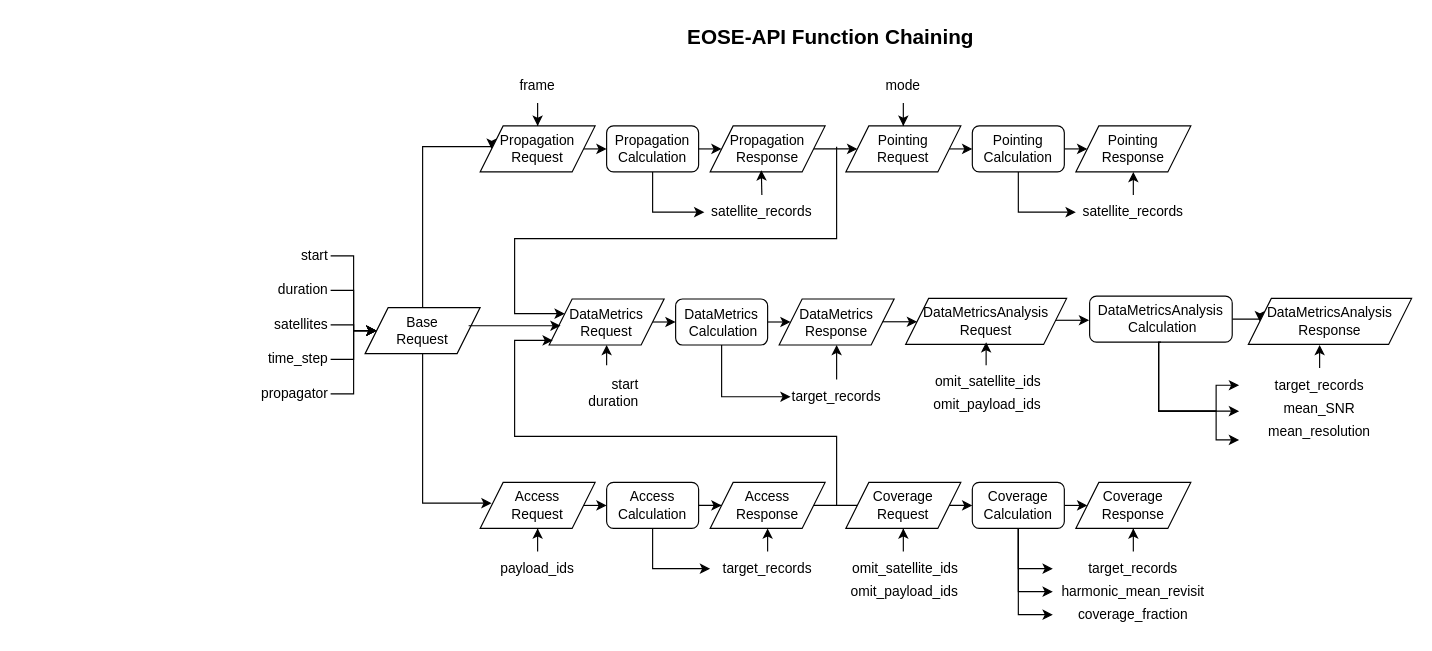
eose-tools-org/eose-api keeps this draw.io diagram as docs/eose-api.drawio. Above is the earlier version. Source tidied: cells renumbered, new cells numbered last; positions are measured from the earlier drawing's top-left corner, leaving out a move shared by most shapes. Both pictures are drawn from the tidied source at 115%, with x=0, y=0 at pixel (238, 20).
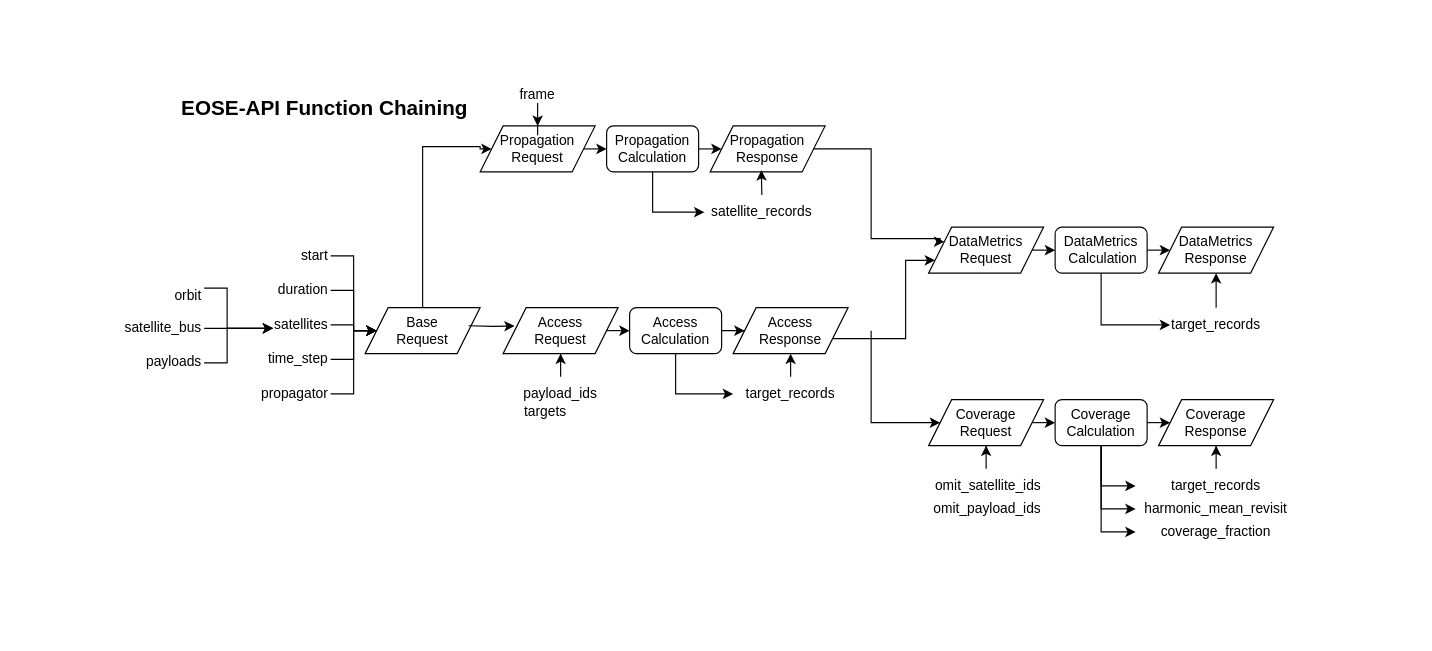
Above is the later version.

Commit message (it also covers changes not shown here):
Update eose-api drawio file, pdf

The change refers to these unchanged cells:
```xml
<mxCell id="32" value="Base&lt;br&gt;Request" style="shape=parallelogram;perimeter=parallelogramPerimeter;whiteSpace=wrap;html=1;fixedSize=1;" parent="1" vertex="1">
  <mxGeometry x="110" y="250" width="100" height="40" as="geometry" />
</mxCell>
<mxCell id="34" value="Propagation&lt;br&gt;Request" style="shape=parallelogram;perimeter=parallelogramPerimeter;whiteSpace=wrap;html=1;fixedSize=1;" parent="1" vertex="1">
  <mxGeometry x="210" y="92" width="100" height="40" as="geometry" />
</mxCell>
<mxCell id="36" value="Propagation&lt;br&gt;Response" style="shape=parallelogram;perimeter=parallelogramPerimeter;whiteSpace=wrap;html=1;fixedSize=1;" parent="1" vertex="1">
  <mxGeometry x="410" y="92" width="100" height="40" as="geometry" />
</mxCell>
```

Diff of the diagram source:
```diff
@@
-    <mxCell id="4" style="edgeStyle=orthogonalEdgeStyle;rounded=0;jettySize=auto;html=1;exitX=1;exitY=0.5;exitDx=0;exitDy=0;entryX=0;entryY=0.5;entryDx=0;entryDy=0;" parent="1" edge="1" source="5" target="40">
-      <mxGeometry relative="1" as="geometry" />
-    </mxCell>
-    <mxCell id="5" value="Pointing Calculation" style="rounded=1;whiteSpace=wrap;html=1;" parent="1" vertex="1">
-      <mxGeometry x="638" y="92" width="80" height="40" as="geometry" />
-    </mxCell>
@@
     <mxCell id="8" value="Access Calculation" style="rounded=1;whiteSpace=wrap;html=1;" parent="1" vertex="1">
-      <mxGeometry x="320" y="402" width="80" height="40" as="geometry" />
+      <mxGeometry x="340" y="250" width="80" height="40" as="geometry" />
     </mxCell>
@@
     <mxCell id="10" value="Coverage Calculation" style="rounded=1;whiteSpace=wrap;html=1;" parent="1" vertex="1">
-      <mxGeometry x="638" y="402" width="80" height="40" as="geometry" />
+      <mxGeometry x="710" y="330" width="80" height="40" as="geometry" />
     </mxCell>
@@
-    <mxCell id="23" style="edgeStyle=orthogonalEdgeStyle;rounded=0;jettySize=auto;html=1;entryX=0.5;entryY=0;entryDx=0;entryDy=0;" parent="1" edge="1" source="24" target="38">
-      <mxGeometry relative="1" as="geometry" />
-    </mxCell>
-    <mxCell id="24" value="mode" style="text;html=1;align=center;verticalAlign=middle;whiteSpace=wrap;rounded=0;" parent="1" vertex="1">
-      <mxGeometry x="548" y="42" width="60" height="30" as="geometry" />
-    </mxCell>
@@
     <mxCell id="26" value="target_records" style="text;html=1;align=center;verticalAlign=middle;whiteSpace=wrap;rounded=0;" parent="1" vertex="1">
-      <mxGeometry x="410" y="462" width="100" height="30" as="geometry" />
+      <mxGeometry x="430" y="310" width="100" height="30" as="geometry" />
     </mxCell>
-    <mxCell id="27" style="endArrow=classic;html=1;rounded=0;exitX=1;exitY=0.5;exitDx=0;exitDy=0;entryX=0;entryY=0.5;entryDx=0;entryDy=0;" parent="1" edge="1" source="48" target="10">
-      <mxGeometry relative="1" as="geometry" />
+    <mxCell id="27" style="endArrow=classic;html=1;rounded=0;entryX=0;entryY=0.5;entryDx=0;entryDy=0;" parent="1" edge="1" target="49">
+      <mxGeometry relative="1" as="geometry">
+        <mxPoint x="550" y="270" as="sourcePoint" />
+        <Array as="points">
+          <mxPoint x="550" y="350" />
+        </Array>
+      </mxGeometry>
     </mxCell>
@@
     <mxCell id="29" value="payload_ids" style="text;html=1;align=center;verticalAlign=middle;whiteSpace=wrap;rounded=0;" parent="1" vertex="1">
-      <mxGeometry x="220" y="462" width="80" height="30" as="geometry" />
+      <mxGeometry x="240" y="310" width="80" height="30" as="geometry" />
     </mxCell>
     <mxCell id="30" style="edgeStyle=orthogonalEdgeStyle;rounded=0;jettySize=auto;html=1;exitX=0.5;exitY=0;exitDx=0;exitDy=0;entryX=0;entryY=0.5;entryDx=0;entryDy=0;" parent="1" edge="1" source="32" target="34">
       <mxGeometry relative="1" as="geometry">
         <Array as="points">
           <mxPoint x="160" y="110" />
-          <mxPoint x="220" y="110" />
+          <mxPoint x="210" y="110" />
+          <mxPoint x="210" y="112" />
         </Array>
       </mxGeometry>
     </mxCell>
-    <mxCell id="31" style="edgeStyle=orthogonalEdgeStyle;rounded=0;jettySize=auto;html=1;exitX=0.5;exitY=1;exitDx=0;exitDy=0;" parent="1" edge="1" source="32">
-      <mxGeometry relative="1" as="geometry">
-        <mxPoint x="220" y="420" as="targetPoint" />
-        <Array as="points">
-          <mxPoint x="160" y="420" />
-          <mxPoint x="220" y="420" />
-        </Array>
-      </mxGeometry>
-    </mxCell>
@@
-    <mxCell id="35" style="edgeStyle=orthogonalEdgeStyle;rounded=0;jettySize=auto;html=1;exitX=1;exitY=0.5;exitDx=0;exitDy=0;entryX=0;entryY=0.5;entryDx=0;entryDy=0;" parent="1" edge="1" source="36" target="38">
-      <mxGeometry relative="1" as="geometry" />
-    </mxCell>
@@
-    <mxCell id="37" style="edgeStyle=orthogonalEdgeStyle;rounded=0;jettySize=auto;html=1;exitX=1;exitY=0.5;exitDx=0;exitDy=0;entryX=0;entryY=0.5;entryDx=0;entryDy=0;" parent="1" edge="1" source="38" target="5">
-      <mxGeometry relative="1" as="geometry" />
-    </mxCell>
-    <mxCell id="38" value="Pointing&lt;br&gt;Request" style="shape=parallelogram;perimeter=parallelogramPerimeter;whiteSpace=wrap;html=1;fixedSize=1;" parent="1" vertex="1">
-      <mxGeometry x="528" y="92" width="100" height="40" as="geometry" />
-    </mxCell>
@@
-    <mxCell id="40" value="Pointing&lt;br&gt;&lt;div&gt;Response&lt;/div&gt;" style="shape=parallelogram;perimeter=parallelogramPerimeter;whiteSpace=wrap;html=1;fixedSize=1;" parent="1" vertex="1">
-      <mxGeometry x="728" y="92" width="100" height="40" as="geometry" />
-    </mxCell>
-    <mxCell id="41" style="edgeStyle=orthogonalEdgeStyle;rounded=0;jettySize=auto;html=1;entryX=0;entryY=0.5;entryDx=0;entryDy=0;exitX=0.5;exitY=1;exitDx=0;exitDy=0;" parent="1" edge="1" source="5">
-      <mxGeometry relative="1" as="geometry">
-        <mxPoint x="728" y="167" as="targetPoint" />
-        <Array as="points">
-          <mxPoint x="678" y="167" />
-        </Array>
-      </mxGeometry>
-    </mxCell>
-    <mxCell id="42" style="edgeStyle=orthogonalEdgeStyle;rounded=0;jettySize=auto;html=1;exitX=0.5;exitY=0;exitDx=0;exitDy=0;entryX=0.5;entryY=1;entryDx=0;entryDy=0;" parent="1" edge="1" target="40">
-      <mxGeometry relative="1" as="geometry">
-        <mxPoint x="778" y="152" as="sourcePoint" />
-      </mxGeometry>
-    </mxCell>
-    <mxCell id="43" value="satellite_records" style="text;html=1;align=center;verticalAlign=middle;whiteSpace=wrap;rounded=0;" parent="1" vertex="1">
-      <mxGeometry x="728" y="152" width="100" height="30" as="geometry" />
-    </mxCell>
@@
     <mxCell id="45" value="Access&lt;br&gt;Request" style="shape=parallelogram;perimeter=parallelogramPerimeter;whiteSpace=wrap;html=1;fixedSize=1;" parent="1" vertex="1">
-      <mxGeometry x="210" y="402" width="100" height="40" as="geometry" />
+      <mxGeometry x="230" y="250" width="100" height="40" as="geometry" />
     </mxCell>
@@
     <mxCell id="47" value="frame" style="text;html=1;align=center;verticalAlign=middle;whiteSpace=wrap;rounded=0;" parent="1" vertex="1">
-      <mxGeometry x="230" y="42" width="60" height="30" as="geometry" />
+      <mxGeometry x="230" y="50" width="60" height="30" as="geometry" />
     </mxCell>
     <mxCell id="48" value="Access&lt;br&gt;Response" style="shape=parallelogram;perimeter=parallelogramPerimeter;whiteSpace=wrap;html=1;fixedSize=1;" parent="1" vertex="1">
-      <mxGeometry x="410" y="402" width="100" height="40" as="geometry" />
+      <mxGeometry x="430" y="250" width="100" height="40" as="geometry" />
     </mxCell>
     <mxCell id="49" value="Coverage&lt;br&gt;Request" style="shape=parallelogram;perimeter=parallelogramPerimeter;whiteSpace=wrap;html=1;fixedSize=1;" parent="1" vertex="1">
-      <mxGeometry x="528" y="402" width="100" height="40" as="geometry" />
+      <mxGeometry x="600" y="330" width="100" height="40" as="geometry" />
     </mxCell>
@@
     <mxCell id="51" value="omit_satellite_ids" style="text;html=1;align=right;verticalAlign=middle;whiteSpace=wrap;rounded=0;" parent="1" vertex="1">
-      <mxGeometry x="528" y="462" width="100" height="30" as="geometry" />
+      <mxGeometry x="600" y="390" width="100" height="30" as="geometry" />
     </mxCell>
     <mxCell id="52" value="omit_payload_ids" style="text;html=1;align=right;verticalAlign=middle;whiteSpace=wrap;rounded=0;" parent="1" vertex="1">
-      <mxGeometry x="528" y="482" width="100" height="30" as="geometry" />
+      <mxGeometry x="600" y="410" width="100" height="30" as="geometry" />
     </mxCell>
     <mxCell id="53" value="Coverage&lt;br&gt;Response" style="shape=parallelogram;perimeter=parallelogramPerimeter;whiteSpace=wrap;html=1;fixedSize=1;" parent="1" vertex="1">
-      <mxGeometry x="728" y="402" width="100" height="40" as="geometry" />
+      <mxGeometry x="800" y="330" width="100" height="40" as="geometry" />
     </mxCell>
@@
     <mxCell id="56" value="target_records" style="text;html=1;align=center;verticalAlign=middle;whiteSpace=wrap;rounded=0;" parent="1" vertex="1">
-      <mxGeometry x="708" y="462" width="140" height="30" as="geometry" />
+      <mxGeometry x="780" y="390" width="140" height="30" as="geometry" />
     </mxCell>
     <mxCell id="57" value="harmonic_mean_revisit" style="text;html=1;align=center;verticalAlign=middle;whiteSpace=wrap;rounded=0;" parent="1" vertex="1">
-      <mxGeometry x="708" y="482" width="140" height="30" as="geometry" />
+      <mxGeometry x="780" y="410" width="140" height="30" as="geometry" />
     </mxCell>
     <mxCell id="58" value="coverage_fraction" style="text;html=1;align=center;verticalAlign=middle;whiteSpace=wrap;rounded=0;" parent="1" vertex="1">
-      <mxGeometry x="708" y="502" width="140" height="30" as="geometry" />
+      <mxGeometry x="780" y="430" width="140" height="30" as="geometry" />
     </mxCell>
@@
-    <mxCell id="60" style="edgeStyle=orthogonalEdgeStyle;rounded=0;jettySize=auto;html=1;exitX=0.5;exitY=1;exitDx=0;exitDy=0;entryX=0;entryY=0.5;entryDx=0;entryDy=0;" parent="1" edge="1" source="10" target="58">
-      <mxGeometry relative="1" as="geometry" />
+    <mxCell id="60" style="edgeStyle=orthogonalEdgeStyle;rounded=0;jettySize=auto;html=1;exitX=0.5;exitY=1;exitDx=0;exitDy=0;entryX=0;entryY=0.5;entryDx=0;entryDy=0;" parent="1" edge="1" source="10">
+      <mxGeometry relative="1" as="geometry">
+        <mxPoint x="780" y="445" as="targetPoint" />
+        <Array as="points">
+          <mxPoint x="750" y="445" />
+        </Array>
+      </mxGeometry>
     </mxCell>
@@
     <mxCell id="62" value="DataMetrics&lt;div&gt;&amp;nbsp;Calculation&lt;/div&gt;" style="rounded=1;whiteSpace=wrap;html=1;" parent="1" vertex="1">
-      <mxGeometry x="380" y="242.5" width="80" height="40" as="geometry" />
+      <mxGeometry x="710" y="180" width="80" height="40" as="geometry" />
     </mxCell>
@@
     <mxCell id="64" value="DataMetrics&lt;br&gt;Request" style="shape=parallelogram;perimeter=parallelogramPerimeter;whiteSpace=wrap;html=1;fixedSize=1;" parent="1" vertex="1">
-      <mxGeometry x="270" y="242.5" width="100" height="40" as="geometry" />
+      <mxGeometry x="600" y="180" width="100" height="40" as="geometry" />
     </mxCell>
-    <mxCell id="65" style="edgeStyle=orthogonalEdgeStyle;rounded=0;orthogonalLoop=1;jettySize=auto;html=1;entryX=0.5;entryY=1;entryDx=0;entryDy=0;" parent="1" edge="1">
-      <mxGeometry relative="1" as="geometry">
-        <mxPoint x="320" y="300" as="sourcePoint" />
-        <mxPoint x="320" y="282.5" as="targetPoint" />
-      </mxGeometry>
-    </mxCell>
-    <mxCell id="66" value="start" style="text;html=1;align=right;verticalAlign=middle;whiteSpace=wrap;rounded=0;" parent="1" vertex="1">
-      <mxGeometry x="290.5" y="302" width="59" height="30" as="geometry" />
-    </mxCell>
-    <mxCell id="67" value="duration" style="text;html=1;align=right;verticalAlign=middle;whiteSpace=wrap;rounded=0;" parent="1" vertex="1">
-      <mxGeometry x="290.5" y="317" width="59" height="30" as="geometry" />
-    </mxCell>
     <mxCell id="68" value="DataMetrics Response" style="shape=parallelogram;perimeter=parallelogramPerimeter;whiteSpace=wrap;html=1;fixedSize=1;" parent="1" vertex="1">
-      <mxGeometry x="470" y="242.5" width="100" height="40" as="geometry" />
+      <mxGeometry x="800" y="180" width="100" height="40" as="geometry" />
     </mxCell>
@@
     <mxCell id="71" value="target_records" style="text;html=1;align=center;verticalAlign=middle;whiteSpace=wrap;rounded=0;" parent="1" vertex="1">
-      <mxGeometry x="480" y="312.5" width="80" height="30" as="geometry" />
+      <mxGeometry x="810" y="250" width="80" height="30" as="geometry" />
     </mxCell>
-    <mxCell id="72" style="edgeStyle=orthogonalEdgeStyle;rounded=0;jettySize=auto;html=1;entryX=0;entryY=0.25;entryDx=0;entryDy=0;" parent="1" edge="1" target="64">
+    <mxCell id="72" style="edgeStyle=orthogonalEdgeStyle;rounded=0;jettySize=auto;html=1;entryX=0;entryY=0.25;entryDx=0;entryDy=0;exitX=1;exitY=0.5;exitDx=0;exitDy=0;" parent="1" edge="1" source="36" target="64">
       <mxGeometry relative="1" as="geometry">
-        <mxPoint x="520" y="110" as="sourcePoint" />
         <Array as="points">
-          <mxPoint x="520" y="190" />
-          <mxPoint x="240" y="190" />
-          <mxPoint x="240" y="255" />
+          <mxPoint x="550" y="112" />
+          <mxPoint x="550" y="190" />
+          <mxPoint x="610" y="190" />
+          <mxPoint x="610" y="193" />
         </Array>
       </mxGeometry>
     </mxCell>
-    <mxCell id="73" style="edgeStyle=orthogonalEdgeStyle;rounded=0;jettySize=auto;html=1;entryX=0.032;entryY=0.901;entryDx=0;entryDy=0;entryPerimeter=0;" parent="1" edge="1" target="64">
-      <mxGeometry relative="1" as="geometry">
-        <mxPoint x="520" y="422" as="sourcePoint" />
-        <Array as="points">
-          <mxPoint x="520" y="362" />
-          <mxPoint x="240" y="362" />
-          <mxPoint x="240" y="279" />
-        </Array>
-      </mxGeometry>
-    </mxCell>
     <mxCell id="74" style="edgeStyle=orthogonalEdgeStyle;rounded=0;orthogonalLoop=1;jettySize=auto;html=1;" parent="1" edge="1">
       <mxGeometry relative="1" as="geometry">
         <mxPoint x="200" y="265.8" as="sourcePoint" />
-        <mxPoint x="280" y="265.8" as="targetPoint" />
+        <mxPoint x="240" y="266" as="targetPoint" />
       </mxGeometry>
     </mxCell>
-    <mxCell id="75" style="edgeStyle=orthogonalEdgeStyle;rounded=0;jettySize=auto;html=1;exitX=1;exitY=0.5;exitDx=0;exitDy=0;entryX=0;entryY=0.5;entryDx=0;entryDy=0;" parent="1" edge="1" source="76" target="79">
-      <mxGeometry relative="1" as="geometry" />
-    </mxCell>
-    <mxCell id="76" value="DataMetricsAnalysis&lt;div&gt;&amp;nbsp;Calculation&lt;/div&gt;" style="rounded=1;whiteSpace=wrap;html=1;" parent="1" vertex="1">
-      <mxGeometry x="740" y="240" width="124" height="40" as="geometry" />
-    </mxCell>
-    <mxCell id="77" style="edgeStyle=orthogonalEdgeStyle;rounded=0;jettySize=auto;html=1;exitX=1;exitY=0.5;exitDx=0;exitDy=0;entryX=-0.003;entryY=0.523;entryDx=0;entryDy=0;entryPerimeter=0;" parent="1" edge="1" target="76">
-      <mxGeometry relative="1" as="geometry">
-        <mxPoint x="708" y="261" as="sourcePoint" />
-      </mxGeometry>
-    </mxCell>
-    <mxCell id="78" value="DataMetricsAnalysis&lt;br&gt;Request" style="shape=parallelogram;perimeter=parallelogramPerimeter;whiteSpace=wrap;html=1;fixedSize=1;" parent="1" vertex="1">
-      <mxGeometry x="580" y="242" width="140" height="40" as="geometry" />
-    </mxCell>
-    <mxCell id="79" value="DataMetricsAnalysis&lt;div&gt;&lt;div&gt;Response&lt;/div&gt;&lt;/div&gt;" style="shape=parallelogram;perimeter=parallelogramPerimeter;whiteSpace=wrap;html=1;fixedSize=1;" parent="1" vertex="1">
-      <mxGeometry x="878" y="242" width="142" height="40" as="geometry" />
-    </mxCell>
-    <mxCell id="80" style="edgeStyle=orthogonalEdgeStyle;rounded=0;jettySize=auto;html=1;exitX=1;exitY=0.5;exitDx=0;exitDy=0;entryX=0;entryY=0.5;entryDx=0;entryDy=0;" parent="1" edge="1" target="78">
-      <mxGeometry relative="1" as="geometry">
-        <mxPoint x="560" y="262.3" as="sourcePoint" />
-      </mxGeometry>
-    </mxCell>
-    <mxCell id="81" style="edgeStyle=orthogonalEdgeStyle;rounded=0;jettySize=auto;html=1;entryX=0.5;entryY=1;entryDx=0;entryDy=0;" parent="1" edge="1" source="82">
-      <mxGeometry relative="1" as="geometry">
-        <mxPoint x="650" y="280" as="targetPoint" />
-      </mxGeometry>
-    </mxCell>
-    <mxCell id="82" value="omit_satellite_ids" style="text;html=1;align=right;verticalAlign=middle;whiteSpace=wrap;rounded=0;" parent="1" vertex="1">
-      <mxGeometry x="600" y="300" width="100" height="30" as="geometry" />
-    </mxCell>
-    <mxCell id="83" value="omit_payload_ids" style="text;html=1;align=right;verticalAlign=middle;whiteSpace=wrap;rounded=0;" parent="1" vertex="1">
-      <mxGeometry x="600" y="320" width="100" height="30" as="geometry" />
-    </mxCell>
-    <mxCell id="84" style="edgeStyle=orthogonalEdgeStyle;rounded=0;jettySize=auto;html=1;entryX=0;entryY=0.5;entryDx=0;entryDy=0;" parent="1" edge="1" target="86">
-      <mxGeometry relative="1" as="geometry">
-        <mxPoint x="800" y="280" as="sourcePoint" />
-        <Array as="points">
-          <mxPoint x="800" y="340" />
-          <mxPoint x="850" y="340" />
-          <mxPoint x="850" y="318" />
-        </Array>
-      </mxGeometry>
-    </mxCell>
-    <mxCell id="85" style="edgeStyle=orthogonalEdgeStyle;rounded=0;jettySize=auto;html=1;entryX=0.5;entryY=1;entryDx=0;entryDy=0;" parent="1" edge="1" source="86">
-      <mxGeometry relative="1" as="geometry">
-        <mxPoint x="940" y="282.5" as="targetPoint" />
-      </mxGeometry>
-    </mxCell>
-    <mxCell id="86" value="target_records" style="text;html=1;align=center;verticalAlign=middle;whiteSpace=wrap;rounded=0;" parent="1" vertex="1">
-      <mxGeometry x="870" y="302.5" width="140" height="30" as="geometry" />
-    </mxCell>
-    <mxCell id="87" value="mean_SNR" style="text;html=1;align=center;verticalAlign=middle;whiteSpace=wrap;rounded=0;" parent="1" vertex="1">
-      <mxGeometry x="870" y="322.5" width="140" height="30" as="geometry" />
-    </mxCell>
-    <mxCell id="88" value="mean_resolution" style="text;html=1;align=center;verticalAlign=middle;whiteSpace=wrap;rounded=0;" parent="1" vertex="1">
-      <mxGeometry x="870" y="342.5" width="140" height="30" as="geometry" />
-    </mxCell>
-    <mxCell id="89" style="edgeStyle=orthogonalEdgeStyle;rounded=0;orthogonalLoop=1;jettySize=auto;html=1;" parent="1" edge="1">
-      <mxGeometry relative="1" as="geometry">
-        <mxPoint x="800" y="280" as="sourcePoint" />
-        <mxPoint x="870" y="340" as="targetPoint" />
-        <Array as="points">
-          <mxPoint x="800" y="340" />
-          <mxPoint x="870" y="340" />
-        </Array>
-      </mxGeometry>
-    </mxCell>
-    <mxCell id="90" style="edgeStyle=orthogonalEdgeStyle;rounded=0;jettySize=auto;html=1;entryX=0;entryY=0.75;entryDx=0;entryDy=0;exitX=0.5;exitY=1;exitDx=0;exitDy=0;" parent="1" edge="1" source="76" target="88">
-      <mxGeometry relative="1" as="geometry">
-        <Array as="points">
-          <mxPoint x="800" y="280" />
-          <mxPoint x="800" y="340" />
-          <mxPoint x="850" y="340" />
-          <mxPoint x="850" y="365" />
-        </Array>
-      </mxGeometry>
-    </mxCell>
     <mxCell id="91" value="&lt;b&gt;&lt;font style=&quot;font-size: 18px;&quot;&gt;EOSE-API Function Chaining&lt;/font&gt;&lt;/b&gt;" style="text;html=1;align=center;verticalAlign=middle;whiteSpace=wrap;rounded=0;" parent="1" vertex="1">
-      <mxGeometry x="360" width="310" height="30" as="geometry" />
+      <mxGeometry x="-80" y="62" width="310" height="30" as="geometry" />
     </mxCell>
+    <mxCell id="92" style="edgeStyle=orthogonalEdgeStyle;rounded=0;jettySize=auto;html=1;entryX=0;entryY=0.5;entryDx=0;entryDy=0;exitX=1;exitY=0.5;exitDx=0;exitDy=0;" parent="1" edge="1" source="49" target="10">
+      <mxGeometry relative="1" as="geometry" />
+    </mxCell>
+    <mxCell id="93" style="edgeStyle=orthogonalEdgeStyle;rounded=0;jettySize=auto;html=1;entryX=0;entryY=0.75;entryDx=0;entryDy=0;" parent="1" edge="1" source="48" target="64">
+      <mxGeometry relative="1" as="geometry">
+        <Array as="points">
+          <mxPoint x="580" y="277" />
+        </Array>
+      </mxGeometry>
+    </mxCell>
+    <mxCell id="94" value="&lt;div&gt;orbit&lt;/div&gt;&lt;div&gt;&lt;br&gt;&lt;/div&gt;satellite_bus&lt;div&gt;&lt;br&gt;&lt;/div&gt;&lt;div&gt;payloads&lt;/div&gt;" style="text;html=1;align=right;verticalAlign=middle;whiteSpace=wrap;rounded=0;" parent="1" vertex="1">
+      <mxGeometry x="-190" y="253" width="160" height="30" as="geometry" />
+    </mxCell>
+    <mxCell id="95" style="endArrow=classic;html=1;rounded=0;exitX=1;exitY=0.5;exitDx=0;exitDy=0;" parent="1" edge="1" source="94">
+      <mxGeometry relative="1" as="geometry">
+        <mxPoint x="30" y="268" as="targetPoint" />
+        <Array as="points">
+          <mxPoint x="-10" y="268" />
+        </Array>
+      </mxGeometry>
+    </mxCell>
+    <mxCell id="96" style="endArrow=classic;html=1;rounded=0;exitX=1;exitY=0.5;exitDx=0;exitDy=0;" parent="1" edge="1">
+      <mxGeometry relative="1" as="geometry">
+        <mxPoint x="-30" y="233" as="sourcePoint" />
+        <mxPoint x="30" y="268" as="targetPoint" />
+        <Array as="points">
+          <mxPoint x="-10" y="233" />
+          <mxPoint x="-10" y="268" />
+        </Array>
+      </mxGeometry>
+    </mxCell>
+    <mxCell id="97" style="endArrow=classic;html=1;rounded=0;" parent="1" edge="1">
+      <mxGeometry relative="1" as="geometry">
+        <mxPoint x="-30" y="298" as="sourcePoint" />
+        <mxPoint x="30" y="268" as="targetPoint" />
+        <Array as="points">
+          <mxPoint x="-10" y="298" />
+          <mxPoint x="-10" y="268" />
+        </Array>
+      </mxGeometry>
+    </mxCell>
+    <mxCell id="98" value="targets" style="text;html=1;align=center;verticalAlign=middle;whiteSpace=wrap;rounded=0;" parent="1" vertex="1">
+      <mxGeometry x="227" y="326" width="80" height="30" as="geometry" />
+    </mxCell>
```
